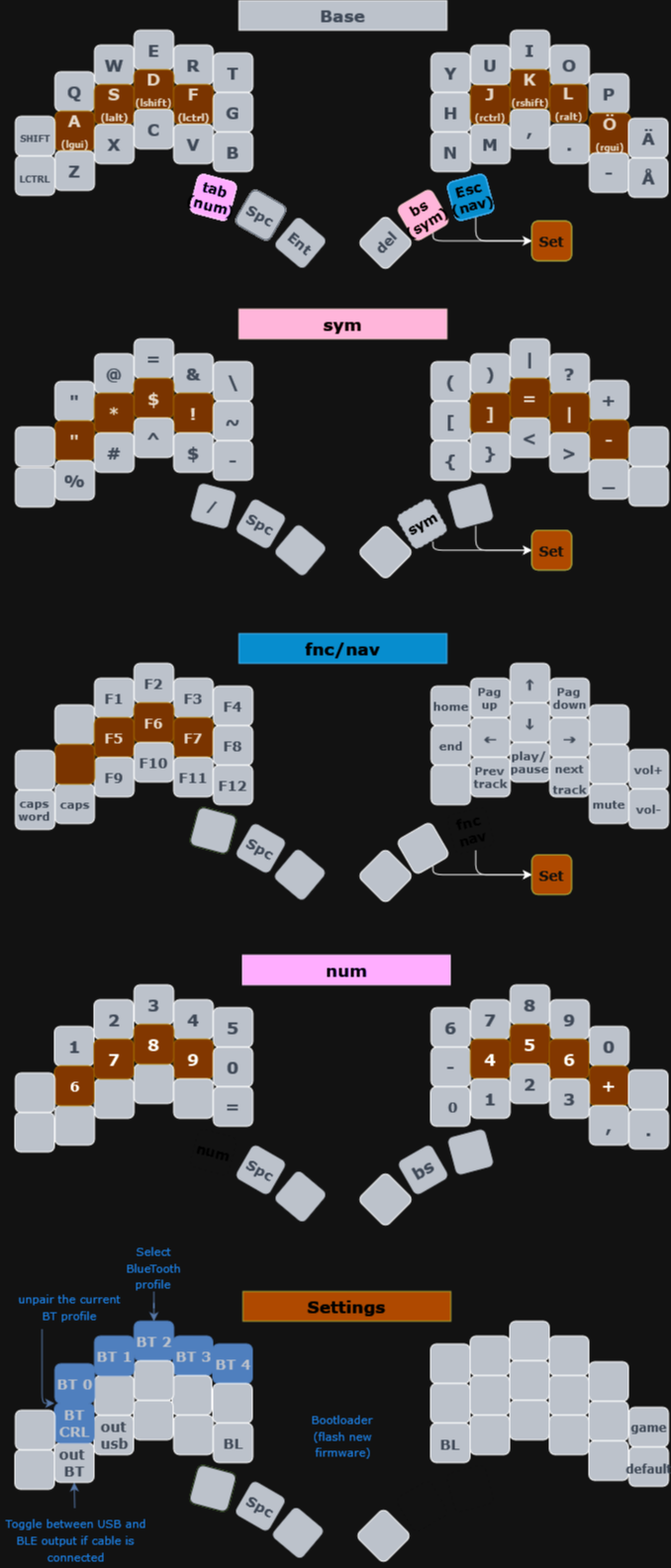
Above: docs/export/brain.png in jpluomajoki/brain-zmk-config (draw.io), before the change. Source tidied: cells renumbered, new cells last; positions are measured from the earlier drawing's top-left corner, leaving out a move shared by most shapes.
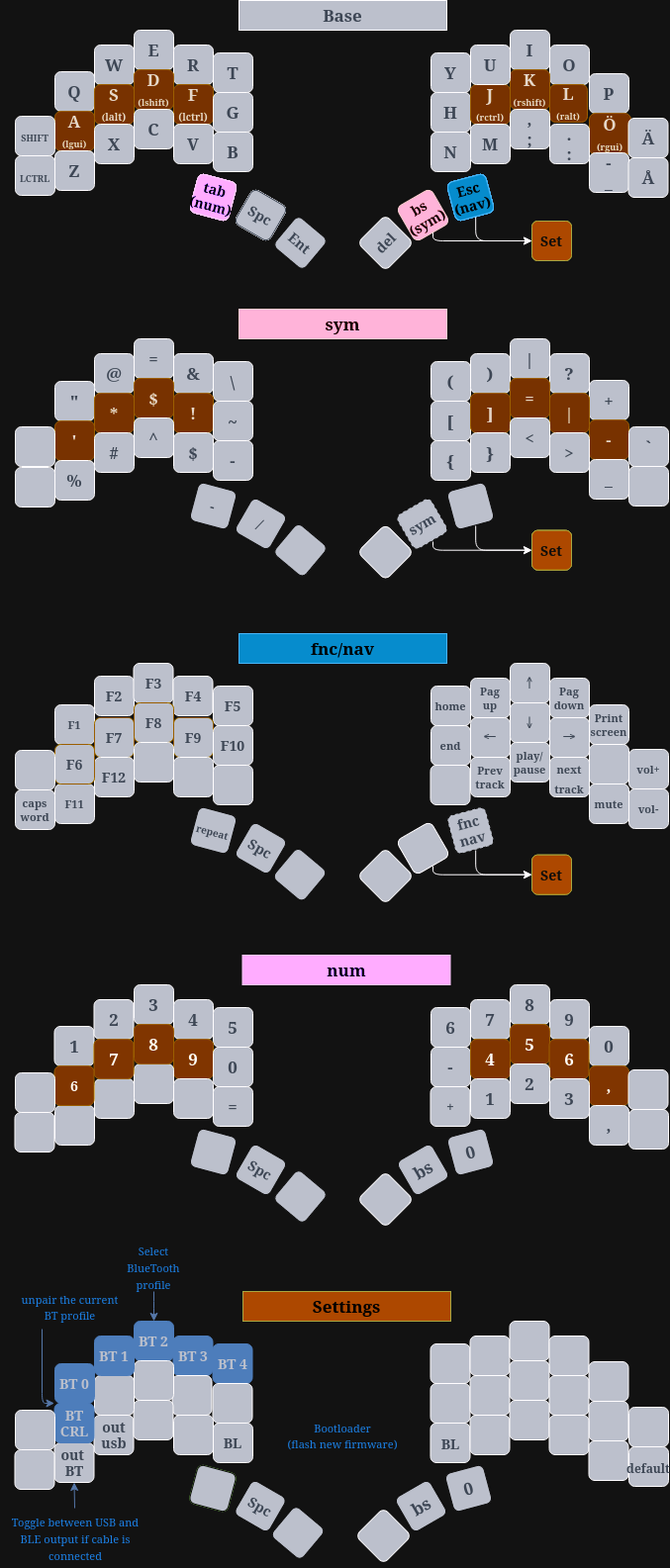
The same file after the commit.

What changed in the source:
```diff
@@ -88,9 +88,9 @@
     </mxCell>
-    <mxCell id="30" value="," style="whiteSpace=wrap;html=1;fontSize=17;fontFamily=Verdana;fontStyle=1;fontColor=#AFB9C7;fillColor=#383E47;rounded=1;" parent="1" vertex="1">
+    <mxCell id="30" value="&lt;div&gt;,&lt;/div&gt;;" style="whiteSpace=wrap;html=1;fontSize=17;fontFamily=Verdana;fontStyle=1;fontColor=#AFB9C7;fillColor=#383E47;rounded=1;" parent="1" vertex="1">
       <mxGeometry x="515" y="110" width="40" height="40" as="geometry" />
     </mxCell>
-    <mxCell id="31" value="." style="whiteSpace=wrap;html=1;fontSize=17;fontFamily=Verdana;fontStyle=1;fontColor=#AFB9C7;fillColor=#383E47;rounded=1;" parent="1" vertex="1">
+    <mxCell id="31" value="&lt;div&gt;.&lt;/div&gt;:" style="whiteSpace=wrap;html=1;fontSize=17;fontFamily=Verdana;fontStyle=1;fontColor=#AFB9C7;fillColor=#383E47;rounded=1;" parent="1" vertex="1">
       <mxGeometry x="555" y="125" width="40" height="40" as="geometry" />
     </mxCell>
-    <mxCell id="32" value="-" style="whiteSpace=wrap;html=1;fontSize=17;fontFamily=Verdana;fontStyle=1;fontColor=#AFB9C7;fillColor=#383E47;rounded=1;" parent="1" vertex="1">
+    <mxCell id="32" value="&lt;div&gt;-&lt;/div&gt;_" style="whiteSpace=wrap;html=1;fontSize=17;fontFamily=Verdana;fontStyle=1;fontColor=#AFB9C7;fillColor=#383E47;rounded=1;" parent="1" vertex="1">
       <mxGeometry x="595" y="154" width="40" height="40" as="geometry" />
@@ -118,3 +118,3 @@
     </mxCell>
-    <mxCell id="40" value="&quot;" style="whiteSpace=wrap;html=1;fontSize=17;fontFamily=Verdana;fontStyle=1;fontColor=#302316;fillColor=#FFB86C;rounded=1;strokeColor=#D79B00;" parent="1" vertex="1">
+    <mxCell id="40" value="'" style="whiteSpace=wrap;html=1;fontSize=17;fontFamily=Verdana;fontStyle=1;fontColor=#302316;fillColor=#FFB86C;rounded=1;strokeColor=#D79B00;" parent="1" vertex="1">
       <mxGeometry x="55" y="425" width="40" height="40" as="geometry" />
@@ -148,3 +148,3 @@
     </mxCell>
-    <mxCell id="50" value="&lt;font color=&quot;#afb9c7&quot;&gt;/&lt;/font&gt;" style="whiteSpace=wrap;html=1;rotation=15;fontSize=14;fontFamily=Verdana;fontStyle=1;fontColor=#ffffff;fillColor=#383E47;strokeColor=#F0F0F0;rounded=1;" parent="1" vertex="1">
+    <mxCell id="50" value="&lt;font color=&quot;#afb9c7&quot;&gt;-&lt;/font&gt;" style="whiteSpace=wrap;html=1;rotation=15;fontSize=14;fontFamily=Verdana;fontStyle=1;fontColor=#ffffff;fillColor=#383E47;strokeColor=#F0F0F0;rounded=1;" parent="1" vertex="1">
       <mxGeometry x="195" y="491" width="40" height="40" as="geometry" />
@@ -202,47 +202,44 @@
     </mxCell>
-    <mxCell id="68" style="whiteSpace=wrap;html=1;fontSize=11;fontFamily=Verdana;fontStyle=1;fontColor=#AFB9C7;fillColor=#383E47;rounded=1;" parent="1" vertex="1">
+    <mxCell id="68" value="F1" style="whiteSpace=wrap;html=1;fontSize=11;fontFamily=Verdana;fontStyle=1;fontColor=#AFB9C7;fillColor=#383E47;rounded=1;" parent="1" vertex="1">
       <mxGeometry x="55" y="712" width="40" height="40" as="geometry" />
     </mxCell>
-    <mxCell id="69" value="F1" style="whiteSpace=wrap;html=1;fontSize=14;fontFamily=Verdana;fontStyle=1;fontColor=#AFB9C7;fillColor=#383E47;rounded=1;" parent="1" vertex="1">
-      <mxGeometry x="95" y="685" width="40" height="40" as="geometry" />
+    <mxCell id="69" value="F5" style="whiteSpace=wrap;html=1;fontSize=14;fontFamily=Verdana;fontStyle=1;fontColor=#AFB9C7;fillColor=#383E47;rounded=1;" parent="1" vertex="1">
+      <mxGeometry x="215" y="693" width="40" height="40" as="geometry" />
     </mxCell>
     <mxCell id="70" value="F2" style="whiteSpace=wrap;html=1;fontSize=14;fontFamily=Verdana;fontStyle=1;fontColor=#AFB9C7;fillColor=#383E47;rounded=1;" parent="1" vertex="1">
-      <mxGeometry x="135" y="670" width="40" height="40" as="geometry" />
+      <mxGeometry x="95" y="683" width="40" height="40" as="geometry" />
     </mxCell>
     <mxCell id="71" value="F3" style="whiteSpace=wrap;html=1;fontSize=14;fontFamily=Verdana;fontStyle=1;fontColor=#AFB9C7;fillColor=#383E47;rounded=1;" parent="1" vertex="1">
-      <mxGeometry x="175" y="685" width="40" height="40" as="geometry" />
+      <mxGeometry x="134.5" y="670" width="40" height="40" as="geometry" />
     </mxCell>
     <mxCell id="72" value="F4" style="whiteSpace=wrap;html=1;fontSize=14;fontFamily=Verdana;fontStyle=1;fontColor=#AFB9C7;fillColor=#383E47;rounded=1;" parent="1" vertex="1">
-      <mxGeometry x="215" y="693" width="40" height="40" as="geometry" />
+      <mxGeometry x="174.5" y="683" width="40" height="40" as="geometry" />
     </mxCell>
-    <mxCell id="73" value="F5" style="whiteSpace=wrap;html=1;fontSize=14;fontFamily=Verdana;fontStyle=1;fontColor=#302316;fillColor=#FFB86C;rounded=1;strokeColor=#D79B00;" parent="1" vertex="1">
+    <mxCell id="73" value="F7" style="whiteSpace=wrap;html=1;fontSize=14;fontFamily=Verdana;fontStyle=1;fontColor=#AFB9C7;fillColor=#383E47;rounded=1;strokeColor=#D79B00;" parent="1" vertex="1">
       <mxGeometry x="95" y="725" width="40" height="40" as="geometry" />
     </mxCell>
-    <mxCell id="74" value="F6" style="whiteSpace=wrap;html=1;fontSize=14;fontFamily=Verdana;fontStyle=1;fontColor=#302316;fillColor=#FFB86C;rounded=1;strokeColor=#D79B00;" parent="1" vertex="1">
+    <mxCell id="74" value="F8" style="whiteSpace=wrap;html=1;fontSize=14;fontFamily=Verdana;fontStyle=1;fontColor=#AFB9C7;fillColor=#383E47;rounded=1;strokeColor=#D79B00;" parent="1" vertex="1">
       <mxGeometry x="135" y="710" width="40" height="40" as="geometry" />
     </mxCell>
-    <mxCell id="75" value="F7" style="whiteSpace=wrap;html=1;fontSize=14;fontFamily=Verdana;fontStyle=1;fontColor=#302316;fillColor=#FFB86C;rounded=1;strokeColor=#D79B00;" parent="1" vertex="1">
+    <mxCell id="75" value="F9" style="whiteSpace=wrap;html=1;fontSize=14;fontFamily=Verdana;fontStyle=1;fontColor=#AFB9C7;fillColor=#383E47;rounded=1;strokeColor=#D79B00;" parent="1" vertex="1">
       <mxGeometry x="175" y="725" width="40" height="40" as="geometry" />
     </mxCell>
-    <mxCell id="76" value="F8" style="whiteSpace=wrap;html=1;fontSize=14;fontFamily=Verdana;fontStyle=1;fontColor=#AFB9C7;fillColor=#383E47;rounded=1;" parent="1" vertex="1">
+    <mxCell id="76" value="F10" style="whiteSpace=wrap;html=1;fontSize=14;fontFamily=Verdana;fontStyle=1;fontColor=#AFB9C7;fillColor=#383E47;rounded=1;" parent="1" vertex="1">
       <mxGeometry x="215" y="733" width="40" height="40" as="geometry" />
     </mxCell>
-    <mxCell id="77" value="caps" style="whiteSpace=wrap;html=1;fontSize=11;fontFamily=Verdana;fontStyle=1;fontColor=#AFB9C7;fillColor=#383E47;rounded=1;" parent="1" vertex="1">
+    <mxCell id="77" value="F11" style="whiteSpace=wrap;html=1;fontSize=11;fontFamily=Verdana;fontStyle=1;fontColor=#AFB9C7;fillColor=#383E47;rounded=1;" parent="1" vertex="1">
       <mxGeometry x="55" y="792" width="40" height="40" as="geometry" />
     </mxCell>
-    <mxCell id="78" value="F9" style="whiteSpace=wrap;html=1;fontSize=14;fontFamily=Verdana;fontStyle=1;fontColor=#AFB9C7;fillColor=#383E47;rounded=1;" parent="1" vertex="1">
+    <mxCell id="78" value="F12" style="whiteSpace=wrap;html=1;fontSize=14;fontFamily=Verdana;fontStyle=1;fontColor=#AFB9C7;fillColor=#383E47;rounded=1;" parent="1" vertex="1">
       <mxGeometry x="95" y="765" width="40" height="40" as="geometry" />
     </mxCell>
-    <mxCell id="79" value="F10" style="whiteSpace=wrap;html=1;fontSize=14;fontFamily=Verdana;fontStyle=1;fontColor=#AFB9C7;fillColor=#383E47;rounded=1;" parent="1" vertex="1">
+    <mxCell id="79" style="whiteSpace=wrap;html=1;fontSize=14;fontFamily=Verdana;fontStyle=1;fontColor=#AFB9C7;fillColor=#383E47;rounded=1;" parent="1" vertex="1">
       <mxGeometry x="135" y="750" width="40" height="40" as="geometry" />
     </mxCell>
-    <mxCell id="80" value="F11" style="whiteSpace=wrap;html=1;fontSize=14;fontFamily=Verdana;fontStyle=1;fontColor=#AFB9C7;fillColor=#383E47;rounded=1;" parent="1" vertex="1">
+    <mxCell id="80" style="whiteSpace=wrap;html=1;fontSize=14;fontFamily=Verdana;fontStyle=1;fontColor=#AFB9C7;fillColor=#383E47;rounded=1;" parent="1" vertex="1">
       <mxGeometry x="175" y="765" width="40" height="40" as="geometry" />
     </mxCell>
-    <mxCell id="81" value="F12" style="whiteSpace=wrap;html=1;fontSize=14;fontFamily=Verdana;fontStyle=1;fontColor=#AFB9C7;fillColor=#383E47;rounded=1;" parent="1" vertex="1">
+    <mxCell id="81" style="whiteSpace=wrap;html=1;fontSize=14;fontFamily=Verdana;fontStyle=1;fontColor=#AFB9C7;fillColor=#383E47;rounded=1;" parent="1" vertex="1">
       <mxGeometry x="215" y="773" width="40" height="40" as="geometry" />
     </mxCell>
-    <mxCell id="82" value="&lt;span style=&quot;color: rgb(255, 255, 255);&quot;&gt;Ext&lt;/span&gt;" style="whiteSpace=wrap;html=1;rotation=15;fontSize=17;fontFamily=Verdana;fontStyle=1;fontColor=#333333;fillColor=#60A917;strokeColor=#2D7600;rounded=1;shadow=0;glass=0;sketch=0;" parent="1" vertex="1">
-      <mxGeometry x="195" y="819" width="40" height="40" as="geometry" />
-    </mxCell>
     <mxCell id="83" value="&lt;div&gt;&lt;font&gt;Spc&lt;/font&gt;&lt;/div&gt;&lt;div&gt;&lt;span style=&quot;font-family: &amp;quot;segoe ui emoji&amp;quot;, &amp;quot;apple color emoji&amp;quot;, &amp;quot;noto color emoji&amp;quot;; font-size: 14px;&quot;&gt;&lt;/span&gt;&lt;/div&gt;&lt;div&gt;&lt;span style=&quot;font-family: &amp;quot;segoe ui emoji&amp;quot;, &amp;quot;apple color emoji&amp;quot;, &amp;quot;noto color emoji&amp;quot;; font-size: 14px;&quot;&gt;&lt;/span&gt;&lt;/div&gt;" style="whiteSpace=wrap;html=1;rotation=30;fontSize=14;fontFamily=Verdana;fontStyle=1;fontColor=#AFB9C7;fillColor=#383E47;rounded=1;strokeColor=#F0F0F0;" parent="1" vertex="1">
@@ -262,3 +259,3 @@
     </mxCell>
-    <mxCell id="88" style="whiteSpace=wrap;html=1;fontSize=11;fontFamily=Verdana;fontStyle=1;fontColor=#AFB9C7;fillColor=#383E47;rounded=1;" parent="1" vertex="1">
+    <mxCell id="88" value="&lt;div&gt;Print&lt;/div&gt;&lt;div&gt;screen&lt;br&gt;&lt;/div&gt;" style="whiteSpace=wrap;html=1;fontSize=11;fontFamily=Verdana;fontStyle=1;fontColor=#AFB9C7;fillColor=#383E47;rounded=1;" parent="1" vertex="1">
       <mxGeometry x="595" y="712" width="40" height="40" as="geometry" />
@@ -281,3 +278,3 @@
     <mxCell id="94" style="whiteSpace=wrap;html=1;fontSize=17;fontFamily=Verdana;fontStyle=1;fontColor=#AFB9C7;fillColor=#383E47;rounded=1;" parent="1" vertex="1">
-      <mxGeometry x="435" y="773" width="40" height="40" as="geometry" />
+      <mxGeometry x="434.5" y="773" width="40" height="40" as="geometry" />
     </mxCell>
@@ -298,3 +295,3 @@
     </mxCell>
-    <mxCell id="100" value="fnc&lt;br style=&quot;font-size: 14px;&quot;&gt;nav" style="whiteSpace=wrap;html=1;rotation=-15;fontSize=14;fontFamily=Verdana;fontStyle=1;fontColor=#ffffff;fillColor=none;strokeColor=#F0F0F0;rounded=1;dashed=1;" parent="1" vertex="1">
+    <mxCell id="100" value="fnc&lt;br style=&quot;font-size: 14px;&quot;&gt;nav" style="whiteSpace=wrap;html=1;rotation=-15;fontSize=14;fontFamily=Verdana;fontStyle=1;fontColor=#AFB9C7;fillColor=#383E47;strokeColor=#F0F0F0;rounded=1;dashed=1;" parent="1" vertex="1">
       <mxGeometry x="455" y="819" width="40" height="40" as="geometry" />
@@ -385,6 +382,6 @@
     </mxCell>
-    <mxCell id="128" value="+" style="whiteSpace=wrap;html=1;fontSize=17;fontFamily=Verdana;fontStyle=1;fontColor=#000000;fillColor=#FFB366;rounded=1;strokeColor=#D79B00;" parent="1" vertex="1">
+    <mxCell id="128" value="," style="whiteSpace=wrap;html=1;fontSize=17;fontFamily=Verdana;fontStyle=1;fontColor=#000000;fillColor=#FFB366;rounded=1;strokeColor=#D79B00;" parent="1" vertex="1">
       <mxGeometry x="595" y="1077" width="40" height="40" as="geometry" />
     </mxCell>
-    <mxCell id="129" value="&amp;nbsp;0" style="whiteSpace=wrap;html=1;fontSize=14;fontFamily=Verdana;fontStyle=1;fontColor=#AFB9C7;fillColor=#383E47;rounded=1;" parent="1" vertex="1">
+    <mxCell id="129" value="+" style="whiteSpace=wrap;html=1;fontSize=14;fontFamily=Verdana;fontStyle=1;fontColor=#AFB9C7;fillColor=#383E47;rounded=1;" parent="1" vertex="1">
       <mxGeometry x="434.5" y="1098" width="40" height="40" as="geometry" />
@@ -406,3 +403,3 @@
     </mxCell>
-    <mxCell id="135" style="whiteSpace=wrap;html=1;rotation=-15;fontSize=17;fontFamily=Verdana;fontStyle=1;fontColor=#AFB9C7;fillColor=#383E47;strokeColor=#F0F0F0;rounded=1;shadow=0;glass=0;sketch=0;" parent="1" vertex="1">
+    <mxCell id="135" value="0" style="whiteSpace=wrap;html=1;rotation=-15;fontSize=17;fontFamily=Verdana;fontStyle=1;fontColor=#AFB9C7;fillColor=#383E47;strokeColor=#F0F0F0;rounded=1;shadow=0;glass=0;sketch=0;" parent="1" vertex="1">
       <mxGeometry x="455" y="1144" width="40" height="40" as="geometry" />
@@ -412,3 +409,3 @@
     </mxCell>
-    <mxCell id="137" style="whiteSpace=wrap;html=1;fontSize=17;fontFamily=Verdana;fontStyle=1;fontColor=#AFB9C7;fillColor=#FFB86C;rounded=1;strokeColor=#D79B00;" parent="1" vertex="1">
+    <mxCell id="137" value="F6" style="whiteSpace=wrap;html=1;fontSize=14;fontFamily=Verdana;fontStyle=1;fontColor=#AFB9C7;fillColor=#383E47;rounded=1;strokeColor=#D79B00;" parent="1" vertex="1">
       <mxGeometry x="55" y="752" width="40" height="40" as="geometry" />
@@ -474,5 +471,2 @@
     </mxCell>
-    <mxCell id="156" value="&lt;span style=&quot;color: rgb(255, 255, 255);&quot;&gt;Ext&lt;/span&gt;" style="whiteSpace=wrap;html=1;rotation=15;fontSize=17;fontFamily=Verdana;fontStyle=1;fontColor=#333333;fillColor=#60A917;strokeColor=#2D7600;rounded=1;shadow=0;glass=0;sketch=0;" parent="1" vertex="1">
-      <mxGeometry x="195" y="819" width="40" height="40" as="geometry" />
-    </mxCell>
     <mxCell id="157" value="&lt;div&gt;tab&lt;/div&gt;(num)" style="whiteSpace=wrap;html=1;rotation=15;fontSize=14;fontFamily=Verdana;fontStyle=1;fillColor=#6A00FF;strokeColor=#3700CC;fontColor=#ffffff;rounded=1;" parent="1" vertex="1">
@@ -503,11 +497,8 @@
     </mxCell>
-    <mxCell id="163" value="&lt;span style=&quot;font-size: 14px;&quot;&gt;Spc&lt;/span&gt;" style="whiteSpace=wrap;html=1;rotation=30;fontSize=14;fontFamily=Verdana;fontStyle=1;fontColor=#AFB9C7;fillColor=#383E47;strokeColor=#F0F0F0;rounded=1;" parent="1" vertex="1">
+    <mxCell id="163" value="/" style="whiteSpace=wrap;html=1;rotation=30;fontSize=14;fontFamily=Verdana;fontStyle=1;fontColor=#AFB9C7;fillColor=#383E47;strokeColor=#F0F0F0;rounded=1;" parent="1" vertex="1">
       <mxGeometry x="243" y="509" width="40" height="40" as="geometry" />
     </mxCell>
-    <mxCell id="164" value="&lt;span style=&quot;font-size: 14px;&quot;&gt;&lt;font color=&quot;#ffffff&quot;&gt;sym&lt;/font&gt;&lt;br style=&quot;font-size: 14px;&quot;&gt;&lt;/span&gt;" style="whiteSpace=wrap;html=1;rotation=-30;fontSize=14;fontFamily=Verdana;fontStyle=1;fontColor=#AFB9C7;fillColor=#383E47;rounded=1;strokeColor=#F0F0F0;gradientColor=none;dashed=1;" parent="1" vertex="1">
+    <mxCell id="164" value="&lt;span style=&quot;font-size: 14px;&quot;&gt;&lt;font&gt;sym&lt;/font&gt;&lt;br style=&quot;font-size: 14px;&quot;&gt;&lt;/span&gt;" style="whiteSpace=wrap;html=1;rotation=-30;fontSize=14;fontFamily=Verdana;fontStyle=1;fontColor=#AFB9C7;fillColor=#383E47;rounded=1;strokeColor=#F0F0F0;gradientColor=none;dashed=1;" parent="1" vertex="1">
       <mxGeometry x="406" y="509" width="40" height="40" as="geometry" />
     </mxCell>
-    <mxCell id="165" style="whiteSpace=wrap;html=1;rotation=15;fontSize=14;fontFamily=Verdana;fontStyle=1;fontColor=#333333;fillColor=#383E47;strokeColor=#F0F0F0;rounded=1;shadow=0;glass=0;sketch=0;" parent="1" vertex="1">
-      <mxGeometry x="195" y="819" width="40" height="40" as="geometry" />
-    </mxCell>
     <mxCell id="166" value="&lt;div style=&quot;text-align: center;&quot;&gt;&lt;span style=&quot;background-color: initial; font-size: 11px;&quot;&gt;&lt;font face=&quot;Verdana&quot; color=&quot;#3399ff&quot;&gt;Toggle between USB and BLE output if cable is connected&lt;/font&gt;&lt;/span&gt;&lt;/div&gt;" style="text;whiteSpace=wrap;html=1;fontSize=14;fontColor=#AFB9C7;" parent="1" vertex="1">
@@ -718,3 +709,3 @@
     </mxCell>
-    <mxCell id="228" value="&lt;div&gt;.&lt;br&gt;&lt;/div&gt;" style="whiteSpace=wrap;html=1;fontSize=17;fontFamily=Verdana;fontStyle=1;fontColor=#AFB9C7;fillColor=#383E47;rounded=1;" parent="1" vertex="1">
+    <mxCell id="228" style="whiteSpace=wrap;html=1;fontSize=17;fontFamily=Verdana;fontStyle=1;fontColor=#AFB9C7;fillColor=#383E47;rounded=1;" parent="1" vertex="1">
       <mxGeometry x="635" y="1121" width="40" height="40" as="geometry" />
@@ -757,3 +748,3 @@
     </mxCell>
-    <mxCell id="241" style="whiteSpace=wrap;html=1;fontSize=17;fontFamily=Verdana;fontStyle=1;fontColor=#AFB9C7;fillColor=#383E47;rounded=1;" parent="1" vertex="1">
+    <mxCell id="241" value="`" style="whiteSpace=wrap;html=1;fontSize=17;fontFamily=Verdana;fontStyle=1;fontColor=#AFB9C7;fillColor=#383E47;rounded=1;" parent="1" vertex="1">
       <mxGeometry x="635" y="431" width="40" height="40" as="geometry" />
@@ -775,3 +766,3 @@
     </mxCell>
-    <mxCell id="247" value="game" style="whiteSpace=wrap;html=1;fontSize=12;fontFamily=Verdana;fontStyle=1;fontColor=#AFB9C7;fillColor=#383E47;rounded=1;" parent="1" vertex="1">
+    <mxCell id="247" style="whiteSpace=wrap;html=1;fontSize=12;fontFamily=Verdana;fontStyle=1;fontColor=#AFB9C7;fillColor=#383E47;rounded=1;" parent="1" vertex="1">
       <mxGeometry x="635" y="1422" width="40" height="40" as="geometry" />
@@ -787,2 +778,14 @@
     </mxCell>
+    <mxCell id="251" style="whiteSpace=wrap;html=1;rotation=15;fontSize=14;fontFamily=Verdana;fontStyle=1;fontColor=#333333;fillColor=#383E47;strokeColor=#F0F0F0;rounded=1;shadow=0;glass=0;sketch=0;" parent="1" vertex="1">
+      <mxGeometry x="195" y="1144" width="40" height="40" as="geometry" />
+    </mxCell>
+    <mxCell id="252" value="bs" style="whiteSpace=wrap;html=1;rotation=-30;fontSize=17;fontFamily=Verdana;fontStyle=1;fontColor=#AFB9C7;fillColor=#383E47;strokeColor=#F0F0F0;rounded=1;shadow=0;glass=0;sketch=0;" parent="1" vertex="1">
+      <mxGeometry x="405" y="1502" width="40" height="40" as="geometry" />
+    </mxCell>
+    <mxCell id="253" value="0" style="whiteSpace=wrap;html=1;rotation=-15;fontSize=17;fontFamily=Verdana;fontStyle=1;fontColor=#AFB9C7;fillColor=#383E47;strokeColor=#F0F0F0;rounded=1;shadow=0;glass=0;sketch=0;" parent="1" vertex="1">
+      <mxGeometry x="453" y="1484" width="40" height="40" as="geometry" />
+    </mxCell>
+    <mxCell id="254" value="&lt;font style=&quot;font-size: 10px;&quot; color=&quot;#afb9c7&quot;&gt;repeat&lt;/font&gt;" style="whiteSpace=wrap;html=1;rotation=15;fontSize=14;fontFamily=Verdana;fontStyle=1;fontColor=#ffffff;fillColor=#383E47;strokeColor=#F0F0F0;rounded=1;" parent="1" vertex="1">
+      <mxGeometry x="195" y="819" width="40" height="40" as="geometry" />
+    </mxCell>
   </root>
```
